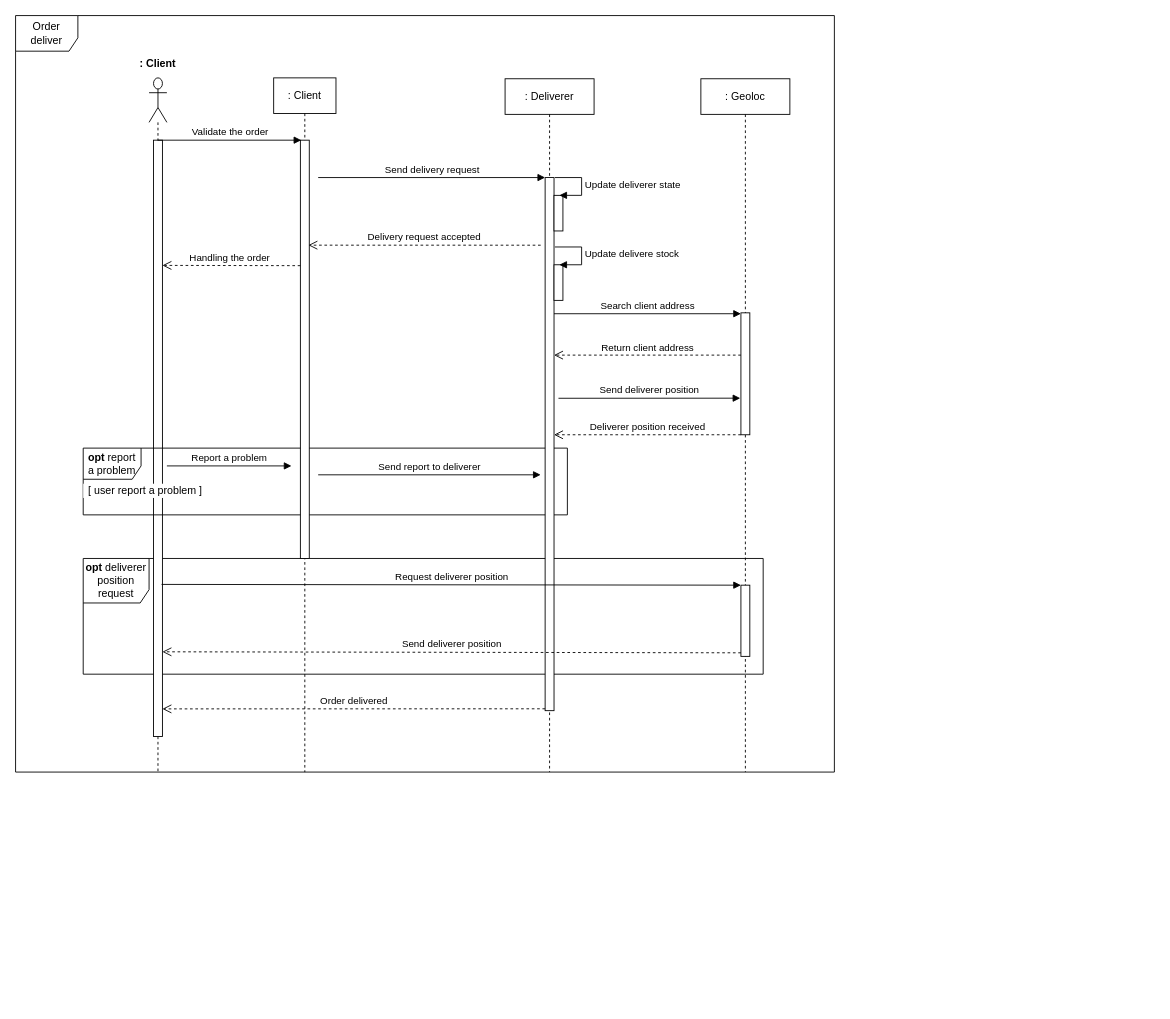
Earlier version of the draw.io diagram page "Livraison d'une commande" (3 of 3) of Diagrammes de séquence.drawio (klaxurit/JuncaHugo_4_10122021). Source tidied: cells renumbered, new cells numbered last; positions are measured from the earlier drawing's top-left corner, leaving out a move shared by most shapes. Both pictures are drawn from the tidied source at 89%, with x=0, y=0 at pixel (15, 15).
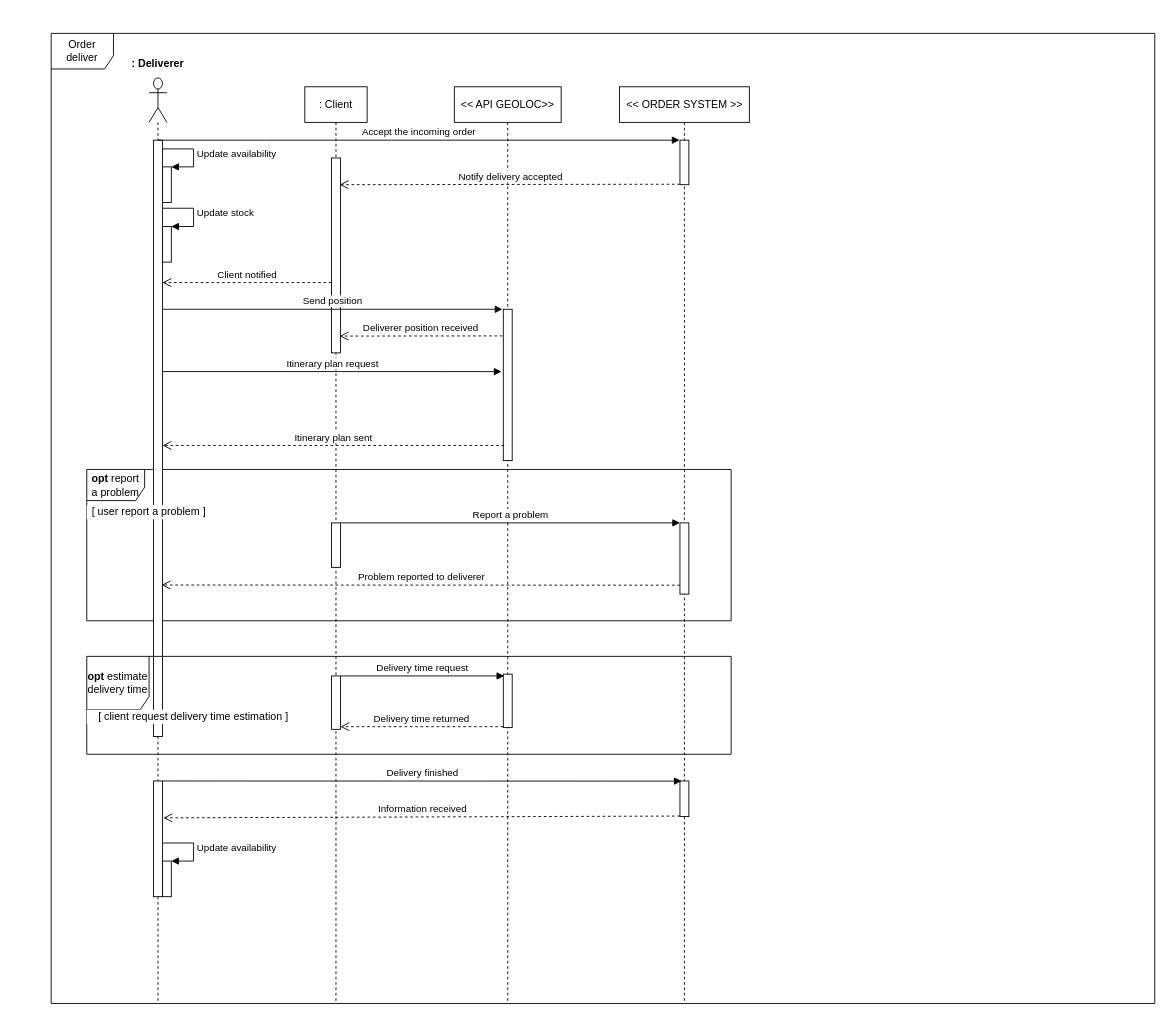
The same page after the edit.

Unchanged cells that the change refers to:
```xml
<mxCell id="5" style="html=1;points=[];perimeter=orthogonalPerimeter;" parent="1" vertex="1">
  <mxGeometry x="155" y="140" width="10" height="670" as="geometry" />
</mxCell>
```

Diff of the diagram source:
```diff
@@
     <mxCell id="2" value="Order deliver" style="shape=umlFrame;whiteSpace=wrap;html=1;fillColor=default;width=70;height=40;" parent="1" vertex="1">
-      <mxGeometry width="920" height="850" as="geometry" />
+      <mxGeometry x="40" y="20" width="1240" height="1090" as="geometry" />
     </mxCell>
-    <mxCell id="3" value="&lt;b&gt;opt&lt;/b&gt; deliverer position request" style="shape=umlFrame;whiteSpace=wrap;html=1;width=74;height=50;" parent="1" vertex="1">
-      <mxGeometry x="76" y="610" width="764" height="130" as="geometry" />
-    </mxCell>
+    <mxCell id="7" value="&lt;b&gt;opt&lt;/b&gt; report a problem" style="shape=umlFrame;whiteSpace=wrap;html=1;width=65;height=35;" parent="1" vertex="1">
+      <mxGeometry x="80" y="510" width="724" height="170" as="geometry" />
+    </mxCell>
     <mxCell id="4" style="shape=umlLifeline;participant=umlActor;perimeter=lifelinePerimeter;whiteSpace=wrap;html=1;verticalAlign=top;spacingTop=36;outlineConnect=0;size=50;direction=west;horizontal=1;flipV=1;" parent="1" vertex="1">
-      <mxGeometry x="150" y="70" width="20" height="780" as="geometry" />
+      <mxGeometry x="150" y="70" width="20" height="1040" as="geometry" />
     </mxCell>
@@
     <mxCell id="6" value=": Client" style="shape=umlLifeline;perimeter=lifelinePerimeter;whiteSpace=wrap;html=1;" parent="1" vertex="1">
-      <mxGeometry x="290" y="70" width="70" height="780" as="geometry" />
+      <mxGeometry x="325" y="80" width="70" height="1030" as="geometry" />
     </mxCell>
-    <mxCell id="7" value="&lt;b&gt;opt&lt;/b&gt; report a problem" style="shape=umlFrame;whiteSpace=wrap;html=1;width=65;height=35;" parent="6" vertex="1">
-      <mxGeometry x="-214" y="416" width="544" height="75" as="geometry" />
-    </mxCell>
-    <mxCell id="8" value="Report a problem" style="html=1;verticalAlign=bottom;endArrow=block;rounded=0;" parent="6" edge="1">
-      <mxGeometry relative="1" as="geometry">
-        <mxPoint x="-120" y="436" as="sourcePoint" />
-        <mxPoint x="20" y="436" as="targetPoint" />
-      </mxGeometry>
-    </mxCell>
     <mxCell id="9" style="html=1;points=[];perimeter=orthogonalPerimeter;" parent="6" vertex="1">
-      <mxGeometry x="30" y="70" width="10" height="470" as="geometry" />
+      <mxGeometry x="30" y="80" width="10" height="219" as="geometry" />
     </mxCell>
-    <mxCell id="10" value="Send report to deliverer" style="html=1;verticalAlign=bottom;endArrow=block;rounded=0;" parent="6" edge="1">
-      <mxGeometry relative="1" as="geometry">
-        <mxPoint x="50" y="446" as="sourcePoint" />
-        <mxPoint x="300" y="446" as="targetPoint" />
-      </mxGeometry>
-    </mxCell>
+    <mxCell id="25" value="Client notified" style="html=1;verticalAlign=bottom;endArrow=open;dashed=1;endSize=8;rounded=0;" parent="6" edge="1" source="9">
+      <mxGeometry relative="1" as="geometry">
+        <mxPoint x="-160" y="220" as="targetPoint" />
+      </mxGeometry>
+    </mxCell>
+    <mxCell id="15" style="html=1;points=[];perimeter=orthogonalPerimeter;fillColor=default;" parent="6" vertex="1">
+      <mxGeometry x="30" y="490" width="10" height="50" as="geometry" />
+    </mxCell>
-    <mxCell id="11" value=": Client" style="text;align=center;fontStyle=1;verticalAlign=middle;spacingLeft=3;spacingRight=3;strokeColor=none;" parent="1" vertex="1">
+    <mxCell id="11" value=": Deliverer" style="text;align=center;fontStyle=1;verticalAlign=middle;spacingLeft=3;spacingRight=3;strokeColor=none;" parent="1" vertex="1">
       <mxGeometry x="120" y="40" width="80" height="26" as="geometry" />
     </mxCell>
-    <mxCell id="12" value=": Geoloc" style="shape=umlLifeline;perimeter=lifelinePerimeter;whiteSpace=wrap;html=1;" parent="1" vertex="1">
-      <mxGeometry x="770" y="71" width="100" height="779" as="geometry" />
+    <mxCell id="12" value="&amp;lt;&amp;lt; API GEOLOC&amp;gt;&amp;gt;" style="shape=umlLifeline;perimeter=lifelinePerimeter;whiteSpace=wrap;html=1;" parent="1" vertex="1">
+      <mxGeometry x="493" y="80" width="120" height="1030" as="geometry" />
     </mxCell>
     <mxCell id="13" style="html=1;points=[];perimeter=orthogonalPerimeter;" parent="12" vertex="1">
-      <mxGeometry x="45" y="263" width="10" height="137" as="geometry" />
+      <mxGeometry x="55" y="250" width="10" height="170" as="geometry" />
     </mxCell>
+    <mxCell id="16" value="Accept the incoming order" style="html=1;verticalAlign=bottom;endArrow=block;rounded=0;exitX=0.5;exitY=0;exitDx=0;exitDy=0;exitPerimeter=0;entryX=-0.05;entryY=0;entryDx=0;entryDy=0;entryPerimeter=0;" parent="1" edge="1" source="5" target="44">
+      <mxGeometry relative="1" as="geometry">
+        <Array as="points">
+          <mxPoint x="280" y="140" />
+        </Array>
+      </mxGeometry>
+    </mxCell>
+    <mxCell id="18" value="&amp;lt;&amp;lt; ORDER SYSTEM &amp;gt;&amp;gt;" style="shape=umlLifeline;perimeter=lifelinePerimeter;whiteSpace=wrap;html=1;" parent="1" vertex="1">
+      <mxGeometry x="678.5" y="80" width="146" height="1030" as="geometry" />
+    </mxCell>
+    <mxCell id="29" value="Itinerary plan request" style="html=1;verticalAlign=bottom;endArrow=block;rounded=0;entryX=-0.2;entryY=0.412;entryDx=0;entryDy=0;entryPerimeter=0;" parent="1" edge="1" target="13">
+      <mxGeometry relative="1" as="geometry">
+        <mxPoint x="165" y="400" as="sourcePoint" />
+      </mxGeometry>
+    </mxCell>
+    <mxCell id="28" value="[ user report a problem ]" style="text;html=1;strokeColor=none;fillColor=default;align=center;verticalAlign=middle;whiteSpace=wrap;rounded=0;" parent="1" vertex="1">
+      <mxGeometry x="80" y="550" width="140" height="16" as="geometry" />
+    </mxCell>
+    <mxCell id="33" style="html=1;points=[];perimeter=orthogonalPerimeter;" parent="1" vertex="1">
+      <mxGeometry x="165" y="170" width="10" height="40" as="geometry" />
+    </mxCell>
+    <mxCell id="34" value="Update availability" style="edgeStyle=orthogonalEdgeStyle;html=1;align=left;spacingLeft=2;endArrow=block;rounded=0;entryX=1;entryY=0;exitX=1;exitY=0.149;exitDx=0;exitDy=0;exitPerimeter=0;" parent="1" edge="1" target="33">
+      <mxGeometry relative="1" as="geometry">
+        <mxPoint x="165" y="149.8" as="sourcePoint" />
+        <Array as="points">
+          <mxPoint x="200" y="150" />
+          <mxPoint x="200" y="170" />
+        </Array>
+      </mxGeometry>
+    </mxCell>
+    <mxCell id="35" style="html=1;points=[];perimeter=orthogonalPerimeter;" parent="1" vertex="1">
+      <mxGeometry x="165" y="237" width="10" height="40" as="geometry" />
+    </mxCell>
+    <mxCell id="36" value="Update stock" style="edgeStyle=orthogonalEdgeStyle;html=1;align=left;spacingLeft=2;endArrow=block;rounded=0;entryX=1;entryY=0;exitX=0.952;exitY=0.253;exitDx=0;exitDy=0;exitPerimeter=0;" parent="1" edge="1" target="35">
+      <mxGeometry relative="1" as="geometry">
+        <mxPoint x="164.5" y="216.5" as="sourcePoint" />
+        <Array as="points">
+          <mxPoint x="200" y="217" />
+          <mxPoint x="200" y="237" />
+        </Array>
+      </mxGeometry>
+    </mxCell>
-    <mxCell id="14" value="Deliverer position received" style="html=1;verticalAlign=bottom;endArrow=open;dashed=1;endSize=8;exitX=0;exitY=0.95;rounded=0;" parent="12" edge="1">
+    <mxCell id="14" value="Deliverer position received" style="html=1;verticalAlign=bottom;endArrow=open;dashed=1;endSize=8;rounded=0;entryX=0.9;entryY=0.792;entryDx=0;entryDy=0;entryPerimeter=0;exitX=-0.1;exitY=0.176;exitDx=0;exitDy=0;exitPerimeter=0;" parent="1" edge="1" source="13">
       <mxGeometry relative="1" as="geometry">
-        <mxPoint x="45" y="400" as="sourcePoint" />
-        <mxPoint x="-165" y="400" as="targetPoint" />
+        <mxPoint x="364" y="360.1" as="targetPoint" />
       </mxGeometry>
     </mxCell>
-    <mxCell id="15" style="html=1;points=[];perimeter=orthogonalPerimeter;fillColor=default;" parent="12" vertex="1">
-      <mxGeometry x="45" y="569" width="10" height="80" as="geometry" />
-    </mxCell>
-    <mxCell id="16" value="Validate the order" style="html=1;verticalAlign=bottom;endArrow=block;entryX=0.1;entryY=0;rounded=0;entryDx=0;entryDy=0;entryPerimeter=0;" parent="1" edge="1" source="4" target="9">
-      <mxGeometry relative="1" as="geometry" />
-    </mxCell>
-    <mxCell id="17" value="Handling the order&amp;nbsp;" style="html=1;verticalAlign=bottom;endArrow=open;dashed=1;endSize=8;rounded=0;entryX=1;entryY=0.21;entryDx=0;entryDy=0;entryPerimeter=0;" parent="1" edge="1" target="5">
-      <mxGeometry relative="1" as="geometry">
-        <mxPoint x="320" y="281" as="sourcePoint" />
-      </mxGeometry>
-    </mxCell>
-    <mxCell id="18" value=": Deliverer" style="shape=umlLifeline;perimeter=lifelinePerimeter;whiteSpace=wrap;html=1;" parent="1" vertex="1">
-      <mxGeometry x="550" y="71" width="100" height="779" as="geometry" />
-    </mxCell>
+    <mxCell id="26" value="Send position" style="html=1;verticalAlign=bottom;endArrow=block;entryX=-0.1;entryY=0;rounded=0;entryDx=0;entryDy=0;entryPerimeter=0;" parent="1" edge="1" source="5" target="13">
+      <mxGeometry relative="1" as="geometry" />
+    </mxCell>
-    <mxCell id="19" style="html=1;points=[];perimeter=orthogonalPerimeter;" parent="18" vertex="1">
-      <mxGeometry x="45" y="111" width="10" height="599" as="geometry" />
+    <mxCell id="19" style="html=1;points=[];perimeter=orthogonalPerimeter;" parent="1" vertex="1">
+      <mxGeometry x="746.5" y="570" width="10" height="80" as="geometry" />
     </mxCell>
-    <mxCell id="20" style="html=1;perimeter=orthogonalPerimeter;" parent="18" vertex="1">
-      <mxGeometry x="55" y="131" width="10" height="40" as="geometry" />
-    </mxCell>
-    <mxCell id="21" value="Update deliverer state" style="edgeStyle=orthogonalEdgeStyle;html=1;align=left;spacingLeft=2;endArrow=block;rounded=0;entryX=1;entryY=0;" parent="18" edge="1">
-      <mxGeometry relative="1" as="geometry">
-        <mxPoint x="56" y="111" as="sourcePoint" />
-        <mxPoint x="61" y="131" as="targetPoint" />
-        <Array as="points">
-          <mxPoint x="86" y="111" />
-        </Array>
-      </mxGeometry>
-    </mxCell>
-    <mxCell id="22" style="html=1;perimeter=orthogonalPerimeter;" parent="18" vertex="1">
-      <mxGeometry x="55" y="209" width="10" height="40" as="geometry" />
-    </mxCell>
-    <mxCell id="23" value="Update delivere stock" style="edgeStyle=orthogonalEdgeStyle;html=1;align=left;spacingLeft=2;endArrow=block;rounded=0;entryX=1;entryY=0;" parent="18" edge="1">
-      <mxGeometry relative="1" as="geometry">
-        <mxPoint x="56" y="189" as="sourcePoint" />
-        <mxPoint x="61" y="209" as="targetPoint" />
-        <Array as="points">
-          <mxPoint x="86" y="189" />
-        </Array>
-      </mxGeometry>
-    </mxCell>
-    <mxCell id="24" value="Send delivery request" style="html=1;verticalAlign=bottom;endArrow=block;entryX=0;entryY=0;rounded=0;" parent="1" edge="1" target="19">
-      <mxGeometry relative="1" as="geometry">
-        <mxPoint x="340" y="182" as="sourcePoint" />
-      </mxGeometry>
-    </mxCell>
-    <mxCell id="25" value="Delivery request accepted" style="html=1;verticalAlign=bottom;endArrow=open;dashed=1;endSize=8;rounded=0;entryX=0.9;entryY=0.251;entryDx=0;entryDy=0;entryPerimeter=0;" parent="1" edge="1" target="9">
-      <mxGeometry relative="1" as="geometry">
-        <mxPoint x="590" y="258" as="sourcePoint" />
-      </mxGeometry>
-    </mxCell>
-    <mxCell id="26" value="Search client address" style="html=1;verticalAlign=bottom;endArrow=block;entryX=0;entryY=0;rounded=0;" parent="1" edge="1">
-      <mxGeometry relative="1" as="geometry">
-        <mxPoint x="605" y="335" as="sourcePoint" />
-        <mxPoint x="815" y="335" as="targetPoint" />
-      </mxGeometry>
-    </mxCell>
-    <mxCell id="27" value="Return client address" style="html=1;verticalAlign=bottom;endArrow=open;dashed=1;endSize=8;exitX=0;exitY=0.95;rounded=0;" parent="1" edge="1">
+    <mxCell id="27" value="Itinerary plan sent" style="html=1;verticalAlign=bottom;endArrow=open;dashed=1;endSize=8;rounded=0;entryX=1.1;entryY=0.512;entryDx=0;entryDy=0;entryPerimeter=0;" parent="1" edge="1">
       <mxGeometry relative="1" as="geometry">
-        <mxPoint x="815" y="381.5" as="sourcePoint" />
-        <mxPoint x="605" y="381.5" as="targetPoint" />
+        <mxPoint x="549" y="483" as="sourcePoint" />
+        <mxPoint x="165" y="483" as="targetPoint" />
       </mxGeometry>
     </mxCell>
-    <mxCell id="28" value="[ user report a problem ]" style="text;html=1;strokeColor=none;fillColor=default;align=center;verticalAlign=middle;whiteSpace=wrap;rounded=0;" parent="1" vertex="1">
-      <mxGeometry x="76" y="526" width="140" height="16" as="geometry" />
-    </mxCell>
-    <mxCell id="29" value="Send deliverer position" style="html=1;verticalAlign=bottom;endArrow=block;rounded=0;entryX=-0.07;entryY=0.7;entryDx=0;entryDy=0;entryPerimeter=0;" parent="1" edge="1" target="13">
-      <mxGeometry relative="1" as="geometry">
-        <mxPoint x="610" y="430" as="sourcePoint" />
-      </mxGeometry>
-    </mxCell>
-    <mxCell id="30" value="Order delivered" style="html=1;verticalAlign=bottom;endArrow=open;dashed=1;endSize=8;rounded=0;startArrow=none;exitX=0;exitY=0.998;exitDx=0;exitDy=0;exitPerimeter=0;" parent="1" edge="1">
-      <mxGeometry relative="1" as="geometry">
-        <mxPoint x="595" y="778.9" as="sourcePoint" />
-        <mxPoint x="165" y="779" as="targetPoint" />
-      </mxGeometry>
-    </mxCell>
-    <mxCell id="31" value="Request deliverer position" style="html=1;verticalAlign=bottom;endArrow=block;entryX=0;entryY=0;rounded=0;exitX=0.9;exitY=0.745;exitDx=0;exitDy=0;exitPerimeter=0;" parent="1" edge="1" source="5" target="15">
-      <mxGeometry relative="1" as="geometry" />
-    </mxCell>
-    <mxCell id="32" value="Send deliverer position" style="html=1;verticalAlign=bottom;endArrow=open;dashed=1;endSize=8;exitX=0;exitY=0.95;rounded=0;entryX=1;entryY=0.858;entryDx=0;entryDy=0;entryPerimeter=0;" parent="1" edge="1" source="15" target="5">
-      <mxGeometry relative="1" as="geometry" />
-    </mxCell>
+    <mxCell id="8" value="Report a problem" style="html=1;verticalAlign=bottom;endArrow=block;rounded=0;" parent="1" edge="1" target="19">
+      <mxGeometry relative="1" as="geometry">
+        <mxPoint x="365" y="570" as="sourcePoint" />
+      </mxGeometry>
+    </mxCell>
+    <mxCell id="37" value="Problem reported to deliverer" style="html=1;verticalAlign=bottom;endArrow=open;dashed=1;endSize=8;rounded=0;entryX=0.9;entryY=0.746;entryDx=0;entryDy=0;entryPerimeter=0;" parent="1" edge="1" target="5">
+      <mxGeometry relative="1" as="geometry">
+        <mxPoint x="746.5" y="640" as="sourcePoint" />
+      </mxGeometry>
+    </mxCell>
+    <mxCell id="38" value="&lt;b&gt;opt&lt;/b&gt;&amp;nbsp;estimate delivery time" style="shape=umlFrame;whiteSpace=wrap;html=1;width=70;height=60;" parent="1" vertex="1">
+      <mxGeometry x="80" y="720" width="724" height="110" as="geometry" />
+    </mxCell>
+    <mxCell id="39" value="[ client request delivery time estimation ]" style="text;html=1;strokeColor=none;fillColor=default;align=center;verticalAlign=middle;whiteSpace=wrap;rounded=0;" parent="1" vertex="1">
+      <mxGeometry x="80" y="780" width="240" height="16" as="geometry" />
+    </mxCell>
+    <mxCell id="40" style="html=1;points=[];perimeter=orthogonalPerimeter;" parent="1" vertex="1">
+      <mxGeometry x="355" y="742" width="10" height="60" as="geometry" />
+    </mxCell>
+    <mxCell id="41" value="Delivery time request" style="html=1;verticalAlign=bottom;endArrow=block;entryX=0.1;entryY=0.033;rounded=0;exitX=1;exitY=0;exitDx=0;exitDy=0;entryDx=0;entryDy=0;entryPerimeter=0;" parent="1" edge="1" source="40" target="43">
+      <mxGeometry relative="1" as="geometry" />
+    </mxCell>
+    <mxCell id="42" value="Delivery time returned" style="html=1;verticalAlign=bottom;endArrow=open;dashed=1;endSize=8;exitX=0;exitY=0.983;rounded=0;entryX=1;entryY=0.95;entryDx=0;entryDy=0;exitDx=0;exitDy=0;exitPerimeter=0;" parent="1" edge="1" source="43" target="40">
+      <mxGeometry relative="1" as="geometry" />
+    </mxCell>
+    <mxCell id="43" style="html=1;points=[];perimeter=orthogonalPerimeter;" parent="1" vertex="1">
+      <mxGeometry x="548" y="740" width="10" height="60" as="geometry" />
+    </mxCell>
+    <mxCell id="44" style="html=1;points=[];perimeter=orthogonalPerimeter;" parent="1" vertex="1">
+      <mxGeometry x="746.5" y="140" width="10" height="50" as="geometry" />
+    </mxCell>
+    <mxCell id="45" value="Notify delivery accepted" style="html=1;verticalAlign=bottom;endArrow=open;dashed=1;endSize=8;rounded=0;entryX=0.9;entryY=0.137;entryDx=0;entryDy=0;entryPerimeter=0;" parent="1" edge="1" target="9">
+      <mxGeometry relative="1" as="geometry">
+        <mxPoint x="746.5" y="189.5" as="sourcePoint" />
+      </mxGeometry>
+    </mxCell>
+    <mxCell id="46" style="html=1;points=[];perimeter=orthogonalPerimeter;" parent="1" vertex="1">
+      <mxGeometry x="746.5" y="860" width="10" height="40" as="geometry" />
+    </mxCell>
+    <mxCell id="47" style="html=1;points=[];perimeter=orthogonalPerimeter;" parent="1" vertex="1">
+      <mxGeometry x="155" y="860" width="10" height="130" as="geometry" />
+    </mxCell>
+    <mxCell id="48" value="Delivery finished" style="html=1;verticalAlign=bottom;endArrow=block;rounded=0;entryX=0.185;entryY=0.004;entryDx=0;entryDy=0;entryPerimeter=0;" parent="1" edge="1" target="46">
+      <mxGeometry relative="1" as="geometry">
+        <mxPoint x="165" y="860" as="sourcePoint" />
+      </mxGeometry>
+    </mxCell>
+    <mxCell id="49" value="Information received" style="html=1;verticalAlign=bottom;endArrow=open;dashed=1;endSize=8;rounded=0;entryX=1.1;entryY=0.319;entryDx=0;entryDy=0;entryPerimeter=0;" parent="1" edge="1" target="47">
+      <mxGeometry relative="1" as="geometry">
+        <mxPoint x="746.5" y="899.4" as="sourcePoint" />
+      </mxGeometry>
+    </mxCell>
+    <mxCell id="50" style="html=1;points=[];perimeter=orthogonalPerimeter;" parent="1" vertex="1">
+      <mxGeometry x="165" y="950" width="10" height="40" as="geometry" />
+    </mxCell>
+    <mxCell id="51" value="Update availability" style="edgeStyle=orthogonalEdgeStyle;html=1;align=left;spacingLeft=2;endArrow=block;rounded=0;entryX=1;entryY=0;exitX=1.067;exitY=0.536;exitDx=0;exitDy=0;exitPerimeter=0;" parent="1" edge="1" source="47" target="50">
+      <mxGeometry relative="1" as="geometry">
+        <Array as="points">
+          <mxPoint x="200" y="930" />
+          <mxPoint x="200" y="950" />
+        </Array>
+      </mxGeometry>
+    </mxCell>
```
